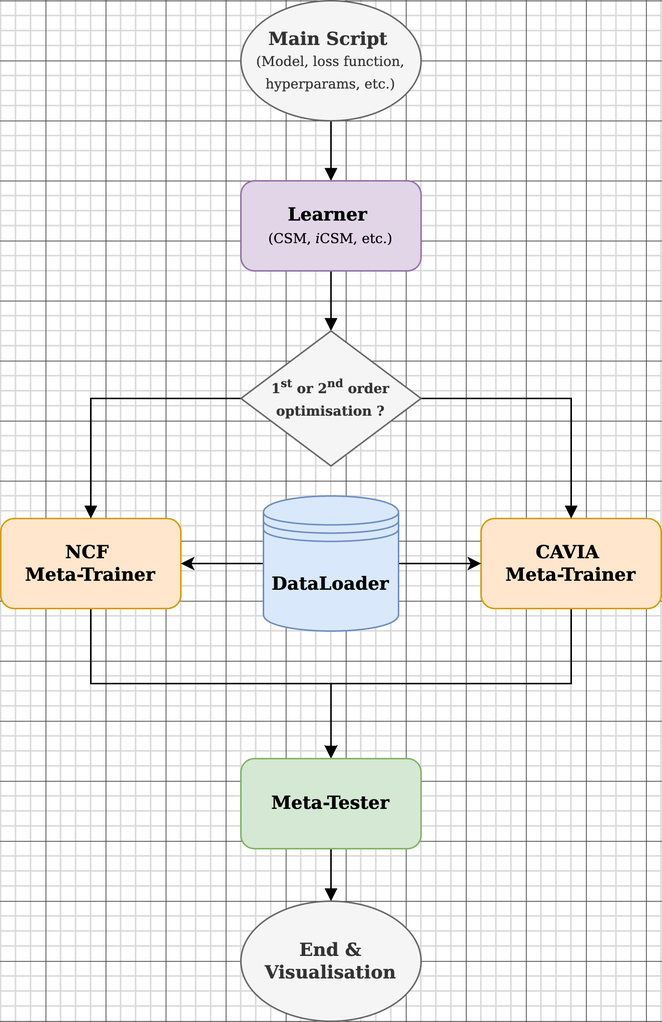
The draw.io diagram docs/assets/ModularCSM.png in ddrous/self-mod, before a commit. Source tidied: cells renumbered, new cells last; positions are measured from the earlier drawing's top-left corner, leaving out a move shared by most shapes.
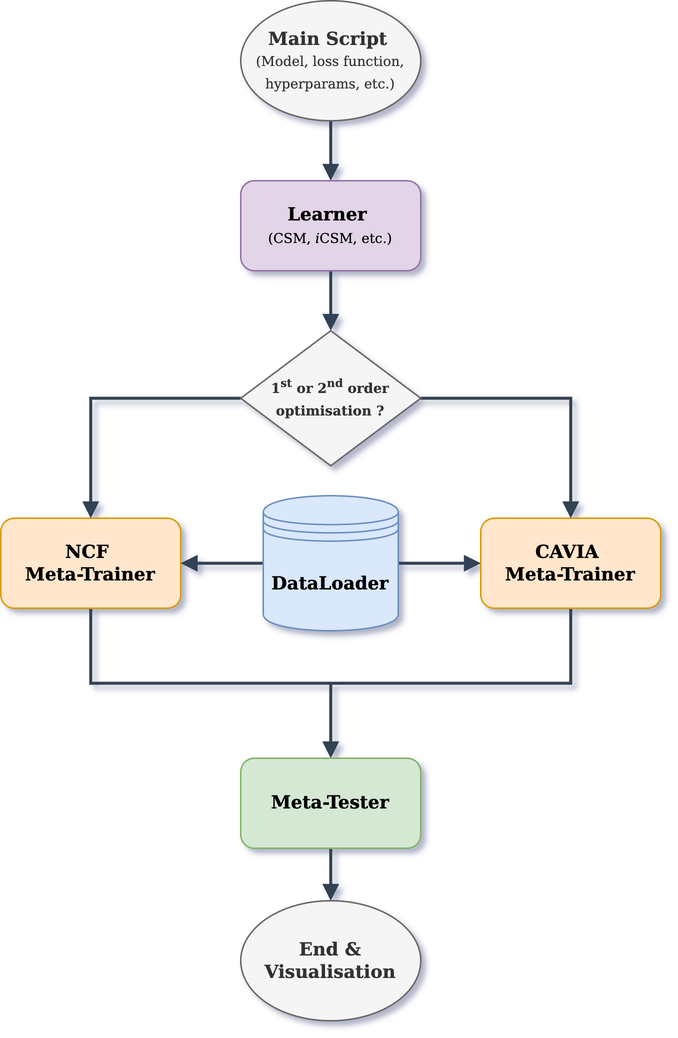
After the change.

The edit, as a diff of the source:
```diff
@@ -2,49 +2,49 @@
   <root>
     <mxCell id="0" />
     <mxCell id="1" parent="0" />
-    <mxCell id="2" style="edgeStyle=orthogonalEdgeStyle;rounded=0;jettySize=auto;html=1;exitX=0.5;exitY=1;exitDx=0;exitDy=0;entryX=0.5;entryY=0;entryDx=0;entryDy=0;endArrow=block;endFill=1;" parent="1" edge="1" source="3" target="5">
+    <mxCell id="2" style="edgeStyle=orthogonalEdgeStyle;rounded=0;jettySize=auto;html=1;exitX=0.5;exitY=1;exitDx=0;exitDy=0;entryX=0.5;entryY=0;entryDx=0;entryDy=0;endArrow=block;endFill=1;fillColor=#647687;strokeColor=#314354;strokeWidth=2;" parent="1" edge="1" source="3" target="5">
       <mxGeometry relative="1" as="geometry" />
     </mxCell>
     <mxCell id="3" value="&lt;font face=&quot;DejaVu Serif&quot;&gt;&lt;b&gt;Main Script&lt;font style=&quot;font-size: 9px;&quot;&gt;&amp;nbsp;&lt;/font&gt;&lt;/b&gt;&lt;/font&gt;&lt;div&gt;&lt;font face=&quot;DejaVu Serif&quot;&gt;&lt;font style=&quot;font-size: 9px;&quot;&gt;&lt;font style=&quot;&quot;&gt;(Model, loss function, hyperparams, etc.)&lt;/font&gt;&lt;/font&gt;&lt;/font&gt;&lt;/div&gt;" style="ellipse;whiteSpace=wrap;html=1;fillColor=#f5f5f5;fontColor=#333333;strokeColor=#666666;" parent="1" vertex="1">
       <mxGeometry x="160" width="120" height="80" as="geometry" />
     </mxCell>
-    <mxCell id="4" style="edgeStyle=orthogonalEdgeStyle;rounded=0;jettySize=auto;html=1;exitX=0.5;exitY=1;exitDx=0;exitDy=0;entryX=0.5;entryY=0;entryDx=0;entryDy=0;endArrow=block;endFill=1;" parent="1" edge="1" source="5" target="17">
+    <mxCell id="4" style="edgeStyle=orthogonalEdgeStyle;rounded=0;jettySize=auto;html=1;exitX=0.5;exitY=1;exitDx=0;exitDy=0;entryX=0.5;entryY=0;entryDx=0;entryDy=0;endArrow=block;endFill=1;fillColor=#647687;strokeColor=#314354;strokeWidth=2;" parent="1" edge="1" source="5" target="17">
       <mxGeometry relative="1" as="geometry" />
     </mxCell>
     <mxCell id="5" value="&lt;font face=&quot;DejaVu Serif&quot;&gt;&lt;b&gt;Learner&lt;/b&gt;&amp;nbsp;&lt;/font&gt;&lt;div&gt;&lt;font face=&quot;DejaVu Serif&quot;&gt;&lt;font style=&quot;font-size: 9px;&quot;&gt;(CSM,&amp;nbsp;&lt;i style=&quot;&quot;&gt;i&lt;/i&gt;CSM, etc.)&lt;/font&gt;&lt;/font&gt;&lt;/div&gt;" style="rounded=1;whiteSpace=wrap;html=1;fillColor=#e1d5e7;strokeColor=#9673a6;" parent="1" vertex="1">
       <mxGeometry x="160" y="120" width="120" height="60" as="geometry" />
     </mxCell>
-    <mxCell id="6" style="edgeStyle=orthogonalEdgeStyle;rounded=0;jettySize=auto;html=1;exitX=0.5;exitY=1;exitDx=0;exitDy=0;entryX=0.5;entryY=0;entryDx=0;entryDy=0;" parent="1" edge="1" source="7" target="11">
+    <mxCell id="6" style="edgeStyle=orthogonalEdgeStyle;rounded=0;jettySize=auto;html=1;exitX=0.5;exitY=1;exitDx=0;exitDy=0;entryX=0.5;entryY=0;entryDx=0;entryDy=0;fillColor=#647687;strokeColor=#314354;strokeWidth=2;endArrow=block;endFill=1;" parent="1" edge="1" source="7" target="11">
       <mxGeometry relative="1" as="geometry" />
     </mxCell>
     <mxCell id="7" value="&lt;font face=&quot;DejaVu Serif&quot;&gt;&lt;b&gt;NCF&amp;nbsp;&lt;/b&gt;&lt;/font&gt;&lt;div&gt;&lt;font face=&quot;DejaVu Serif&quot;&gt;&lt;b&gt;Meta-Trainer&lt;/b&gt;&lt;/font&gt;&lt;/div&gt;" style="rounded=1;whiteSpace=wrap;html=1;fillColor=#ffe6cc;strokeColor=#d79b00;" parent="1" vertex="1">
       <mxGeometry y="345" width="120" height="60" as="geometry" />
     </mxCell>
-    <mxCell id="8" style="edgeStyle=orthogonalEdgeStyle;rounded=0;jettySize=auto;html=1;exitX=0.5;exitY=1;exitDx=0;exitDy=0;entryX=0.5;entryY=0;entryDx=0;entryDy=0;endArrow=block;endFill=1;" parent="1" edge="1" source="9" target="11">
+    <mxCell id="8" style="edgeStyle=orthogonalEdgeStyle;rounded=0;jettySize=auto;html=1;exitX=0.5;exitY=1;exitDx=0;exitDy=0;entryX=0.5;entryY=0;entryDx=0;entryDy=0;endArrow=block;endFill=1;fillColor=#647687;strokeColor=#314354;strokeWidth=2;" parent="1" edge="1" source="9" target="11">
       <mxGeometry relative="1" as="geometry" />
     </mxCell>
     <mxCell id="9" value="&lt;font face=&quot;DejaVu Serif&quot;&gt;&lt;b&gt;CAVIA&amp;nbsp;&lt;/b&gt;&lt;/font&gt;&lt;div&gt;&lt;font face=&quot;DejaVu Serif&quot;&gt;&lt;b&gt;Meta-Trainer&lt;/b&gt;&lt;/font&gt;&lt;/div&gt;" style="rounded=1;whiteSpace=wrap;html=1;fillColor=#ffe6cc;strokeColor=#d79b00;" parent="1" vertex="1">
       <mxGeometry x="320" y="345" width="120" height="60" as="geometry" />
     </mxCell>
-    <mxCell id="10" style="edgeStyle=orthogonalEdgeStyle;rounded=0;jettySize=auto;html=1;exitX=0.5;exitY=1;exitDx=0;exitDy=0;entryX=0.5;entryY=0;entryDx=0;entryDy=0;endArrow=block;endFill=1;" parent="1" edge="1" source="11" target="18">
+    <mxCell id="10" style="edgeStyle=orthogonalEdgeStyle;rounded=0;jettySize=auto;html=1;exitX=0.5;exitY=1;exitDx=0;exitDy=0;entryX=0.5;entryY=0;entryDx=0;entryDy=0;endArrow=block;endFill=1;fillColor=#647687;strokeColor=#314354;strokeWidth=2;" parent="1" edge="1" source="11" target="18">
       <mxGeometry relative="1" as="geometry" />
     </mxCell>
     <mxCell id="11" value="&lt;font face=&quot;DejaVu Serif&quot;&gt;&lt;b&gt;Meta-Tester&lt;/b&gt;&lt;/font&gt;" style="rounded=1;whiteSpace=wrap;html=1;fillColor=#d5e8d4;strokeColor=#82b366;" parent="1" vertex="1">
       <mxGeometry x="160" y="505" width="120" height="60" as="geometry" />
     </mxCell>
-    <mxCell id="12" style="edgeStyle=orthogonalEdgeStyle;rounded=0;jettySize=auto;html=1;exitX=1;exitY=0.5;exitDx=0;exitDy=0;entryX=0;entryY=0.5;entryDx=0;entryDy=0;" parent="1" edge="1" source="14" target="9">
+    <mxCell id="12" style="edgeStyle=orthogonalEdgeStyle;rounded=0;jettySize=auto;html=1;exitX=1;exitY=0.5;exitDx=0;exitDy=0;entryX=0;entryY=0.5;entryDx=0;entryDy=0;fillColor=#647687;strokeColor=#314354;strokeWidth=2;endArrow=block;endFill=1;" parent="1" edge="1" source="14" target="9">
       <mxGeometry relative="1" as="geometry" />
     </mxCell>
-    <mxCell id="13" style="edgeStyle=orthogonalEdgeStyle;rounded=0;jettySize=auto;html=1;exitX=0;exitY=0.5;exitDx=0;exitDy=0;entryX=1;entryY=0.5;entryDx=0;entryDy=0;" parent="1" edge="1" source="14" target="7">
+    <mxCell id="13" style="edgeStyle=orthogonalEdgeStyle;rounded=0;jettySize=auto;html=1;exitX=0;exitY=0.5;exitDx=0;exitDy=0;entryX=1;entryY=0.5;entryDx=0;entryDy=0;fillColor=#647687;strokeColor=#314354;strokeWidth=2;endArrow=block;endFill=1;" parent="1" edge="1" source="14" target="7">
       <mxGeometry relative="1" as="geometry" />
     </mxCell>
     <mxCell id="14" value="&lt;font face=&quot;DejaVu Serif&quot;&gt;&lt;b&gt;DataLoader&lt;/b&gt;&lt;/font&gt;" style="shape=datastore;whiteSpace=wrap;html=1;fillColor=#dae8fc;strokeColor=#6c8ebf;" parent="1" vertex="1">
       <mxGeometry x="175" y="330" width="90" height="90" as="geometry" />
     </mxCell>
-    <mxCell id="15" style="edgeStyle=orthogonalEdgeStyle;rounded=0;jettySize=auto;html=1;exitX=0;exitY=0.5;exitDx=0;exitDy=0;endArrow=block;endFill=1;" parent="1" edge="1" source="17" target="7">
+    <mxCell id="15" style="edgeStyle=orthogonalEdgeStyle;rounded=0;jettySize=auto;html=1;exitX=0;exitY=0.5;exitDx=0;exitDy=0;endArrow=block;endFill=1;fillColor=#647687;strokeColor=#314354;strokeWidth=2;" parent="1" edge="1" source="17" target="7">
       <mxGeometry relative="1" as="geometry" />
     </mxCell>
-    <mxCell id="16" style="edgeStyle=orthogonalEdgeStyle;rounded=0;jettySize=auto;html=1;exitX=1;exitY=0.5;exitDx=0;exitDy=0;entryX=0.5;entryY=0;entryDx=0;entryDy=0;endArrow=block;endFill=1;" parent="1" edge="1" source="17" target="9">
+    <mxCell id="16" style="edgeStyle=orthogonalEdgeStyle;rounded=0;jettySize=auto;html=1;exitX=1;exitY=0.5;exitDx=0;exitDy=0;entryX=0.5;entryY=0;entryDx=0;entryDy=0;endArrow=block;endFill=1;fillColor=#647687;strokeColor=#314354;strokeWidth=2;" parent="1" edge="1" source="17" target="9">
       <mxGeometry relative="1" as="geometry" />
     </mxCell>
     <mxCell id="17" value="&lt;font style=&quot;font-size: 9px;&quot; face=&quot;DejaVu Serif&quot;&gt;&lt;b&gt;1&lt;sup&gt;st&lt;/sup&gt; or 2&lt;sup&gt;nd&lt;/sup&gt; order optimisation ?&lt;/b&gt;&lt;/font&gt;" style="shape=rhombus;html=1;dashed=0;whiteSpace=wrap;perimeter=rhombusPerimeter;fillColor=#f5f5f5;fontColor=#333333;strokeColor=#666666;" parent="1" vertex="1">
```
